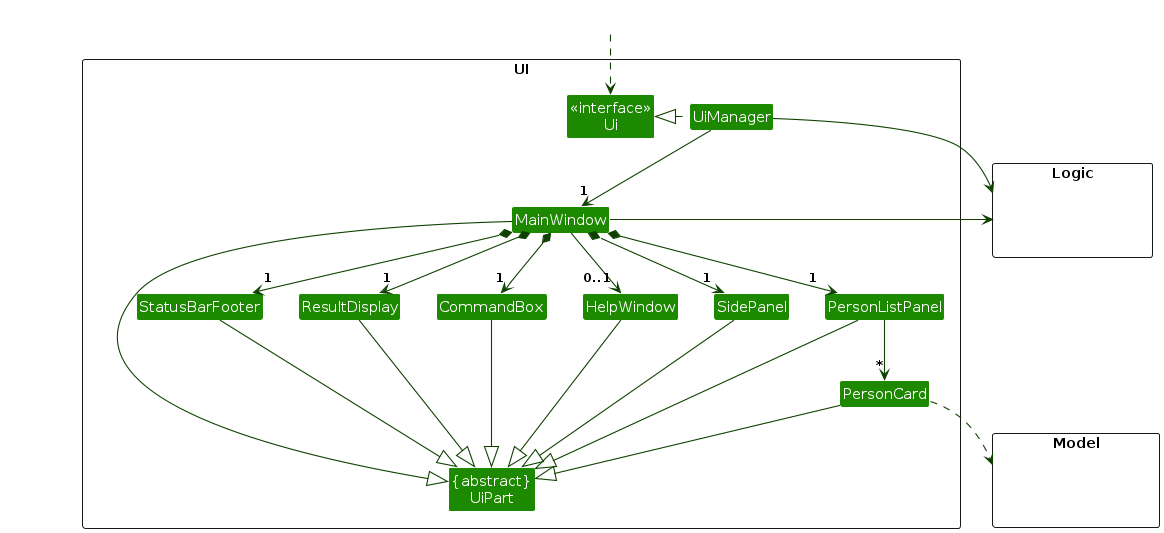
This is diagrams/UiClassDiagram.png from teojunda/tp, a PlantUML export, as it was before one commit. Its source is kept beside it as diagrams/UiClassDiagram.puml.
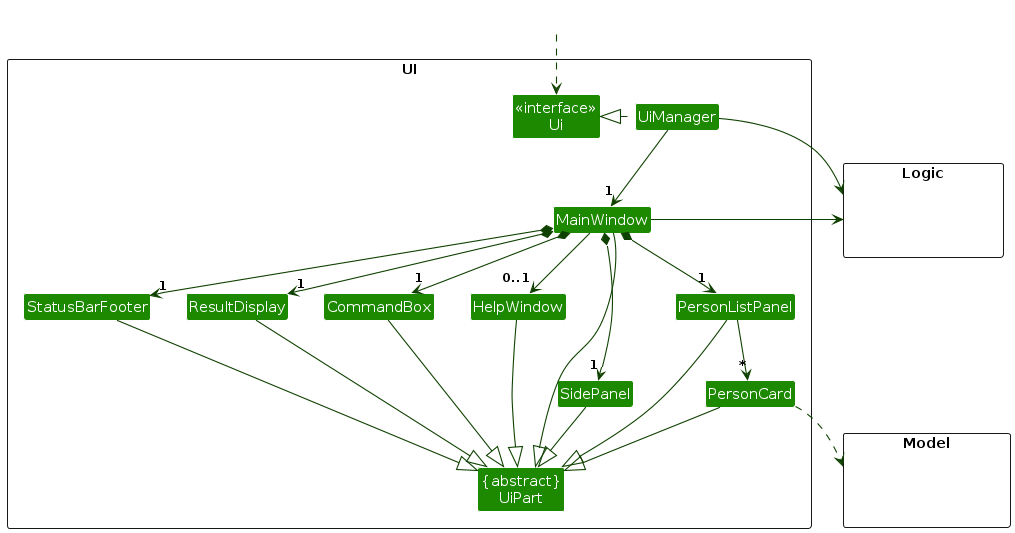
Above is the later version.

The edit, as a diff of the source:
```diff
@@ -35,10 +35,11 @@
 MainWindow *-down-> "1" ResultDisplay
 MainWindow *-down-> "1" PersonListPanel
 MainWindow *-down-> "1" StatusBarFooter
+MainWindow *-down-> "1" SidePanel
 MainWindow --> "0..1" HelpWindow
-MainWindow *-down-> "1" SidePanel
 
 PersonListPanel -down-> "*" PersonCard
+SidePanel --|> UiPart
 
 MainWindow -left-|> UiPart
 
@@ -48,14 +49,12 @@
 PersonCard --|> UiPart
 StatusBarFooter --|> UiPart
 HelpWindow --|> UiPart
-SidePanel --|> UiPart
 
 PersonCard ..> Model
 UiManager -right-> Logic
 MainWindow -left-> Logic
 
-PersonListPanel -[hidden]left- SidePanel
-SidePanel -[hidden]left- HelpWindow
+PersonListPanel -[hidden]left- HelpWindow
 HelpWindow -[hidden]left- CommandBox
 CommandBox -[hidden]left- ResultDisplay
 ResultDisplay -[hidden]left- StatusBarFooter
```
